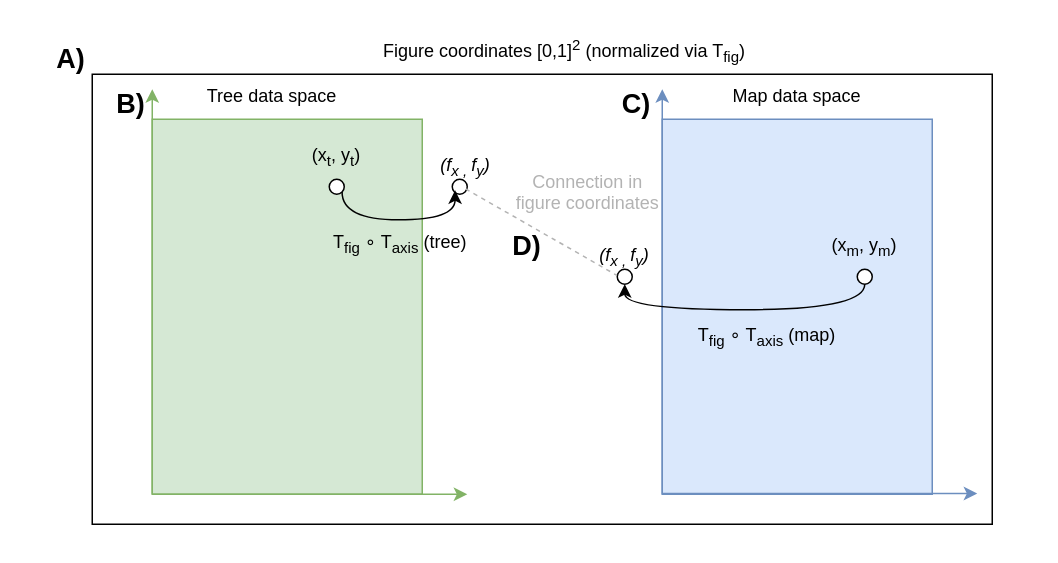
Earlier version of the draw.io diagram page "Page-1" (1 of 2) of workflow/docs/coord_transformations.drawio (tahiri-lab/PhyloCartoPlot). Source tidied: cells renumbered, new cells numbered last; positions are measured from the earlier drawing's top-left corner, leaving out a move shared by most shapes. Both pictures are drawn from the tidied source at 150%, with x=0, y=0 at pixel (26, 28).
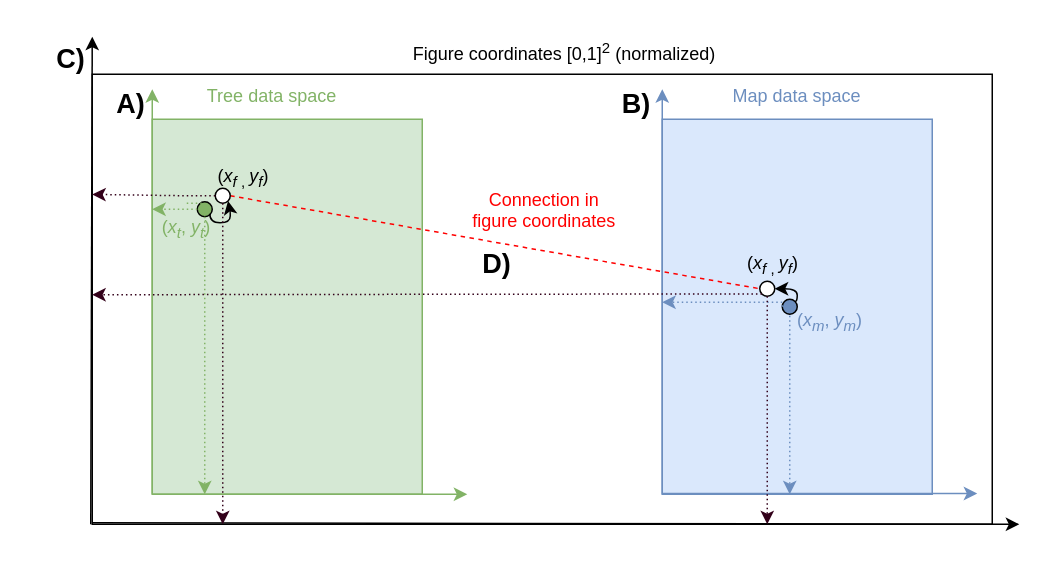
The same page after the edit.

The change refers to these unchanged cells:
```xml
<mxCell id="2" style="rounded=0;whiteSpace=wrap;html=1;" parent="1" vertex="1">
  <mxGeometry x="44" y="30" width="600" height="300" as="geometry" />
</mxCell>
```

Diff of the diagram source:
```diff
@@
-    <mxCell id="9" value="Tree data space" style="text;html=1;whiteSpace=wrap;strokeColor=none;fillColor=none;align=center;verticalAlign=middle;rounded=0;" parent="1" vertex="1">
+    <mxCell id="9" value="&lt;font style=&quot;color: rgb(130, 179, 102);&quot;&gt;Tree data space&lt;/font&gt;" style="text;html=1;whiteSpace=wrap;strokeColor=none;fillColor=none;align=center;verticalAlign=middle;rounded=0;" parent="1" vertex="1">
       <mxGeometry x="114" y="30" width="100" height="30" as="geometry" />
     </mxCell>
-    <mxCell id="10" value="Map data space" style="text;html=1;whiteSpace=wrap;strokeColor=none;fillColor=none;align=center;verticalAlign=middle;rounded=0;" parent="1" vertex="1">
+    <mxCell id="10" value="&lt;font style=&quot;color: rgb(108, 142, 191);&quot;&gt;Map data space&lt;/font&gt;" style="text;html=1;whiteSpace=wrap;strokeColor=none;fillColor=none;align=center;verticalAlign=middle;rounded=0;" parent="1" vertex="1">
       <mxGeometry x="464" y="30" width="100" height="30" as="geometry" />
     </mxCell>
-    <mxCell id="11" style="ellipse;" parent="1" vertex="1">
-      <mxGeometry x="202" y="100" width="10" height="10" as="geometry" />
+    <mxCell id="11" style="ellipse;fillColor=#82B366;" parent="1" vertex="1">
+      <mxGeometry x="114" y="115" width="10" height="10" as="geometry" />
     </mxCell>
-    <mxCell id="12" style="ellipse;" parent="1" vertex="1">
-      <mxGeometry x="554" y="160" width="10" height="10" as="geometry" />
+    <mxCell id="12" style="ellipse;fillColor=#6C8EBF;" parent="1" vertex="1">
+      <mxGeometry x="504" y="180" width="10" height="10" as="geometry" />
     </mxCell>
-    <mxCell id="13" style="ellipse;" parent="1" vertex="1">
-      <mxGeometry x="284" y="100" width="10" height="10" as="geometry" />
-    </mxCell>
     <mxCell id="14" style="ellipse;" parent="1" vertex="1">
-      <mxGeometry x="394" y="160" width="10" height="10" as="geometry" />
+      <mxGeometry x="489" y="168" width="10" height="10" as="geometry" />
     </mxCell>
-    <mxCell id="15" value="&lt;i&gt;(f&lt;sub&gt;x ,&amp;nbsp;&lt;/sub&gt;&lt;/i&gt;&lt;i&gt;f&lt;sub&gt;y&lt;/sub&gt;&lt;/i&gt;&lt;i&gt;)&lt;/i&gt;" style="text;html=1;whiteSpace=wrap;strokeColor=none;fillColor=none;align=center;verticalAlign=middle;rounded=0;" parent="1" vertex="1">
-      <mxGeometry x="263" y="76.5" width="60" height="30" as="geometry" />
+    <mxCell id="15" value="(&lt;i&gt;x&lt;/i&gt;&lt;sub style=&quot;&quot;&gt;&lt;i&gt;f&lt;/i&gt; ,&amp;nbsp;&lt;/sub&gt;&lt;i&gt;y&lt;sub style=&quot;&quot;&gt;f&lt;/sub&gt;&lt;/i&gt;)" style="text;html=1;whiteSpace=wrap;strokeColor=none;fillColor=none;align=center;verticalAlign=middle;rounded=0;" parent="1" vertex="1">
+      <mxGeometry x="115" y="82.2" width="60" height="33.5" as="geometry" />
     </mxCell>
-    <mxCell id="16" value="&lt;i&gt;(f&lt;sub&gt;x ,&amp;nbsp;&lt;/sub&gt;&lt;/i&gt;&lt;i&gt;f&lt;sub&gt;y&lt;/sub&gt;&lt;/i&gt;&lt;i&gt;)&lt;/i&gt;" style="text;html=1;whiteSpace=wrap;strokeColor=none;fillColor=none;align=center;verticalAlign=middle;rounded=0;" parent="1" vertex="1">
-      <mxGeometry x="369" y="137" width="60" height="30" as="geometry" />
+    <mxCell id="16" value="(&lt;i&gt;x&lt;/i&gt;&lt;sub style=&quot;&quot;&gt;&lt;i&gt;f&lt;/i&gt; ,&amp;nbsp;&lt;/sub&gt;&lt;i&gt;y&lt;sub&gt;f&lt;/sub&gt;&lt;/i&gt;)" style="text;html=1;whiteSpace=wrap;strokeColor=none;fillColor=none;align=center;verticalAlign=middle;rounded=0;" parent="1" vertex="1">
+      <mxGeometry x="468" y="142" width="60" height="30" as="geometry" />
     </mxCell>
-    <mxCell id="17" style="edgeStyle=orthogonalEdgeStyle;curved=1;rounded=0;jettySize=auto;html=1;exitX=1;exitY=1;exitDx=0;exitDy=0;entryX=0.382;entryY=1.03;entryDx=0;entryDy=0;entryPerimeter=0;" parent="1" edge="1" source="11" target="15">
-      <mxGeometry relative="1" as="geometry">
-        <Array as="points">
-          <mxPoint x="211" y="127" />
-          <mxPoint x="286" y="127" />
-        </Array>
-      </mxGeometry>
-    </mxCell>
-    <mxCell id="18" style="edgeStyle=orthogonalEdgeStyle;curved=1;rounded=0;jettySize=auto;html=1;exitX=0.5;exitY=1;exitDx=0;exitDy=0;entryX=0.5;entryY=1;entryDx=0;entryDy=0;startArrow=classic;startFill=1;endArrow=none;endFill=0;" parent="1" edge="1" source="14" target="12">
-      <mxGeometry relative="1" as="geometry">
-        <Array as="points">
-          <mxPoint x="399" y="187" />
-          <mxPoint x="559" y="187" />
-        </Array>
-      </mxGeometry>
-    </mxCell>
-    <mxCell id="19" style="endArrow=none;dashed=1;html=1;rounded=0;curved=1;exitX=0.5;exitY=1;exitDx=0;exitDy=0;entryX=0.414;entryY=0.904;entryDx=0;entryDy=0;entryPerimeter=0;fillColor=#f5f5f5;strokeColor=#B3B3B3;" parent="1" edge="1" source="15" target="16">
+    <mxCell id="19" style="endArrow=none;dashed=1;html=1;rounded=0;curved=1;exitX=1;exitY=0.5;exitDx=0;exitDy=0;entryX=0;entryY=0.5;entryDx=0;entryDy=0;fillColor=#f5f5f5;strokeColor=#FF0000;" parent="1" edge="1" source="13" target="14">
       <mxGeometry relative="1" as="geometry" />
     </mxCell>
-    <mxCell id="20" value="T&lt;sub&gt;fig&lt;/sub&gt; ∘ T&lt;sub&gt;axis&lt;/sub&gt; (map)" style="text;html=1;whiteSpace=wrap;strokeColor=none;fillColor=none;align=center;verticalAlign=middle;rounded=0;" parent="1" vertex="1">
-      <mxGeometry x="444" y="190" width="100" height="30" as="geometry" />
-    </mxCell>
-    <mxCell id="21" value="T&lt;sub&gt;fig&lt;/sub&gt; ∘ T&lt;sub&gt;axis&lt;/sub&gt; (tree)" style="text;html=1;whiteSpace=wrap;strokeColor=none;fillColor=none;align=center;verticalAlign=middle;rounded=0;" parent="1" vertex="1">
-      <mxGeometry x="201" y="128" width="97" height="30" as="geometry" />
-    </mxCell>
-    <mxCell id="22" value="&lt;div style=&quot;text-align: center;&quot;&gt;&lt;span style=&quot;background-color: transparent;&quot;&gt;&lt;font style=&quot;color: light-dark(rgb(179, 179, 179), rgb(255, 255, 255));&quot;&gt;Connection in figure coordinates&lt;/font&gt;&lt;/span&gt;&lt;/div&gt;" style="text;whiteSpace=wrap;html=1;" parent="1" vertex="1">
-      <mxGeometry x="323" y="88" width="101" height="40" as="geometry" />
+    <mxCell id="22" value="&lt;div style=&quot;text-align: center;&quot;&gt;&lt;span style=&quot;background-color: transparent;&quot;&gt;&lt;font style=&quot;color: light-dark(rgb(255, 0, 0), rgb(255, 255, 255));&quot;&gt;Connection in figure coordinates&lt;/font&gt;&lt;/span&gt;&lt;/div&gt;" style="text;whiteSpace=wrap;html=1;" parent="1" vertex="1">
+      <mxGeometry x="293.5" y="100" width="101" height="40" as="geometry" />
     </mxCell>
-    <mxCell id="23" value="Figure coordinates [0,1]&lt;sup&gt;2&lt;/sup&gt; (normalized via T&lt;sub&gt;fig&lt;/sub&gt;)" style="text;html=1;whiteSpace=wrap;strokeColor=none;fillColor=none;align=center;verticalAlign=middle;rounded=0;" parent="1" vertex="1">
+    <mxCell id="23" value="Figure coordinates [0,1]&lt;sup&gt;2&lt;/sup&gt; (normalized)" style="text;html=1;whiteSpace=wrap;strokeColor=none;fillColor=none;align=center;verticalAlign=middle;rounded=0;" parent="1" vertex="1">
       <mxGeometry x="234" width="250" height="30" as="geometry" />
     </mxCell>
+    <mxCell id="30" style="edgeStyle=orthogonalEdgeStyle;rounded=0;jettySize=auto;html=1;exitX=0.5;exitY=0;exitDx=0;exitDy=0;strokeColor=#82B366;dashed=1;dashPattern=1 2;" parent="1" edge="1" source="24">
+      <mxGeometry relative="1" as="geometry">
+        <mxPoint x="119" y="310" as="targetPoint" />
+        <Array as="points">
+          <mxPoint x="119" y="170" />
+          <mxPoint x="119" y="170" />
+        </Array>
+      </mxGeometry>
+    </mxCell>
-    <mxCell id="24" value="(x&lt;sub&gt;t&lt;/sub&gt;, y&lt;sub&gt;t&lt;/sub&gt;)" style="text;html=1;whiteSpace=wrap;strokeColor=none;fillColor=none;align=center;verticalAlign=middle;rounded=0;" parent="1" vertex="1">
-      <mxGeometry x="177" y="70" width="60" height="30" as="geometry" />
+    <mxCell id="24" value="&lt;font style=&quot;color: rgb(130, 179, 102);&quot;&gt;(&lt;i&gt;x&lt;sub&gt;t&lt;/sub&gt;&lt;/i&gt;, &lt;i&gt;y&lt;sub&gt;t&lt;/sub&gt;&lt;/i&gt;)&lt;/font&gt;" style="text;html=1;whiteSpace=wrap;strokeColor=none;fillColor=none;align=center;verticalAlign=middle;rounded=0;" parent="1" vertex="1">
+      <mxGeometry x="77" y="116" width="60" height="34" as="geometry" />
     </mxCell>
-    <mxCell id="25" value="(x&lt;sub&gt;m&lt;/sub&gt;, y&lt;sub&gt;m&lt;/sub&gt;)" style="text;html=1;whiteSpace=wrap;strokeColor=none;fillColor=none;align=center;verticalAlign=middle;rounded=0;" parent="1" vertex="1">
-      <mxGeometry x="529" y="130" width="60" height="30" as="geometry" />
+    <mxCell id="25" value="&lt;font style=&quot;color: rgb(108, 142, 191);&quot;&gt;(&lt;font style=&quot;color: rgb(108, 142, 191);&quot;&gt;&lt;i&gt;x&lt;sub&gt;m&lt;/sub&gt;&lt;/i&gt;, &lt;i&gt;y&lt;sub&gt;m&lt;/sub&gt;&lt;/i&gt;&lt;/font&gt;)&lt;/font&gt;" style="text;html=1;whiteSpace=wrap;strokeColor=none;fillColor=none;align=center;verticalAlign=middle;rounded=0;" parent="1" vertex="1">
+      <mxGeometry x="506" y="180" width="60" height="30" as="geometry" />
     </mxCell>
-    <mxCell id="26" value="&lt;b&gt;&lt;font style=&quot;font-size: 18px;&quot;&gt;A)&lt;/font&gt;&lt;/b&gt;" style="text;html=1;whiteSpace=wrap;strokeColor=none;fillColor=none;align=center;verticalAlign=middle;rounded=0;" parent="1" vertex="1">
+    <mxCell id="26" value="&lt;b&gt;&lt;font style=&quot;font-size: 18px;&quot;&gt;C)&lt;/font&gt;&lt;/b&gt;" style="text;html=1;whiteSpace=wrap;strokeColor=none;fillColor=none;align=center;verticalAlign=middle;rounded=0;" parent="1" vertex="1">
       <mxGeometry y="5" width="60" height="30" as="geometry" />
     </mxCell>
-    <mxCell id="27" value="&lt;b&gt;&lt;font style=&quot;font-size: 18px;&quot;&gt;B)&lt;/font&gt;&lt;/b&gt;" style="text;html=1;whiteSpace=wrap;strokeColor=none;fillColor=none;align=center;verticalAlign=middle;rounded=0;" parent="1" vertex="1">
+    <mxCell id="27" value="&lt;b&gt;&lt;font style=&quot;font-size: 18px;&quot;&gt;A)&lt;/font&gt;&lt;/b&gt;" style="text;html=1;whiteSpace=wrap;strokeColor=none;fillColor=none;align=center;verticalAlign=middle;rounded=0;" parent="1" vertex="1">
       <mxGeometry x="40" y="35" width="60" height="30" as="geometry" />
     </mxCell>
-    <mxCell id="28" value="&lt;b&gt;&lt;font style=&quot;font-size: 18px;&quot;&gt;C)&lt;/font&gt;&lt;/b&gt;" style="text;html=1;whiteSpace=wrap;strokeColor=none;fillColor=none;align=center;verticalAlign=middle;rounded=0;" parent="1" vertex="1">
+    <mxCell id="28" value="&lt;b&gt;&lt;font style=&quot;font-size: 18px;&quot;&gt;B)&lt;/font&gt;&lt;/b&gt;" style="text;html=1;whiteSpace=wrap;strokeColor=none;fillColor=none;align=center;verticalAlign=middle;rounded=0;" parent="1" vertex="1">
       <mxGeometry x="377" y="35" width="60" height="30" as="geometry" />
     </mxCell>
     <mxCell id="29" value="&lt;b&gt;&lt;font style=&quot;font-size: 18px;&quot;&gt;D)&lt;/font&gt;&lt;/b&gt;" style="text;html=1;whiteSpace=wrap;strokeColor=none;fillColor=none;align=center;verticalAlign=middle;rounded=0;" parent="1" vertex="1">
-      <mxGeometry x="304" y="130" width="60" height="30" as="geometry" />
+      <mxGeometry x="284" y="142" width="60" height="30" as="geometry" />
     </mxCell>
+    <mxCell id="31" style="endArrow=classic;html=1;rounded=0;entryX=0.75;entryY=0;entryDx=0;entryDy=0;" parent="1" edge="1">
+      <mxGeometry relative="1" as="geometry">
+        <mxPoint x="43" y="330" as="sourcePoint" />
+        <mxPoint x="44" y="5" as="targetPoint" />
+      </mxGeometry>
+    </mxCell>
+    <mxCell id="32" style="endArrow=classic;html=1;rounded=0;" parent="1" edge="1">
+      <mxGeometry relative="1" as="geometry">
+        <mxPoint x="44" y="329" as="sourcePoint" />
+        <mxPoint x="662" y="330" as="targetPoint" />
+      </mxGeometry>
+    </mxCell>
+    <mxCell id="13" style="ellipse;" parent="1" vertex="1">
+      <mxGeometry x="126" y="106" width="10" height="10" as="geometry" />
+    </mxCell>
+    <mxCell id="33" style="edgeStyle=orthogonalEdgeStyle;rounded=0;jettySize=auto;html=1;exitX=0.836;exitY=0.8;exitDx=0;exitDy=0;entryX=1;entryY=1;entryDx=0;entryDy=0;curved=1;exitPerimeter=0;" parent="1" edge="1" source="11" target="13">
+      <mxGeometry relative="1" as="geometry">
+        <Array as="points">
+          <mxPoint x="122" y="129" />
+          <mxPoint x="136" y="129" />
+          <mxPoint x="136" y="120" />
+          <mxPoint x="135" y="120" />
+          <mxPoint x="135" y="117" />
+          <mxPoint x="135" y="117" />
+        </Array>
+      </mxGeometry>
+    </mxCell>
+    <mxCell id="34" style="edgeStyle=orthogonalEdgeStyle;rounded=0;orthogonalLoop=1;jettySize=auto;html=1;strokeColor=#82B366;dashed=1;dashPattern=1 2;" parent="1" edge="1">
+      <mxGeometry relative="1" as="geometry">
+        <mxPoint x="114" y="120" as="sourcePoint" />
+        <mxPoint x="84" y="120" as="targetPoint" />
+        <Array as="points">
+          <mxPoint x="114" y="120" />
+          <mxPoint x="114" y="120" />
+        </Array>
+      </mxGeometry>
+    </mxCell>
+    <mxCell id="35" style="edgeStyle=orthogonalEdgeStyle;rounded=0;jettySize=auto;html=1;exitX=0.5;exitY=1;exitDx=0;exitDy=0;strokeColor=#33001A;dashed=1;dashPattern=1 2;" parent="1" edge="1" source="13">
+      <mxGeometry relative="1" as="geometry">
+        <mxPoint x="131" y="330" as="targetPoint" />
+        <Array as="points">
+          <mxPoint x="131" y="330" />
+          <mxPoint x="131" y="330" />
+        </Array>
+      </mxGeometry>
+    </mxCell>
+    <mxCell id="36" style="edgeStyle=orthogonalEdgeStyle;rounded=0;jettySize=auto;html=1;strokeColor=#33001A;dashed=1;dashPattern=1 2;exitX=0;exitY=0.5;exitDx=0;exitDy=0;entryX=0;entryY=0.267;entryDx=0;entryDy=0;entryPerimeter=0;" parent="1" edge="1" source="13" target="2">
+      <mxGeometry relative="1" as="geometry">
+        <Array as="points">
+          <mxPoint x="106" y="110" />
+        </Array>
+      </mxGeometry>
+    </mxCell>
+    <mxCell id="37" style="edgeStyle=orthogonalEdgeStyle;rounded=0;jettySize=auto;html=1;strokeColor=#6C8EBF;dashed=1;dashPattern=1 2;exitX=0;exitY=0.5;exitDx=0;exitDy=0;" parent="1" edge="1" source="12">
+      <mxGeometry relative="1" as="geometry">
+        <mxPoint x="424" y="182" as="targetPoint" />
+        <Array as="points">
+          <mxPoint x="424" y="182" />
+        </Array>
+      </mxGeometry>
+    </mxCell>
+    <mxCell id="38" style="edgeStyle=orthogonalEdgeStyle;rounded=0;orthogonalLoop=1;jettySize=auto;html=1;exitX=0.5;exitY=0;exitDx=0;exitDy=0;strokeColor=#6C8EBF;dashed=1;dashPattern=1 2;" parent="1" edge="1">
+      <mxGeometry relative="1" as="geometry">
+        <mxPoint x="509" y="185" as="sourcePoint" />
+        <mxPoint x="509" y="310" as="targetPoint" />
+        <Array as="points">
+          <mxPoint x="509" y="230" />
+          <mxPoint x="509" y="230" />
+        </Array>
+      </mxGeometry>
+    </mxCell>
+    <mxCell id="18" style="edgeStyle=orthogonalEdgeStyle;curved=1;rounded=0;jettySize=auto;html=1;exitX=1;exitY=0.5;exitDx=0;exitDy=0;entryX=1;entryY=0;entryDx=0;entryDy=0;startArrow=classic;startFill=1;endArrow=none;endFill=0;" parent="1" edge="1" source="14" target="12">
+      <mxGeometry relative="1" as="geometry">
+        <Array as="points">
+          <mxPoint x="514" y="173" />
+          <mxPoint x="514" y="182" />
+        </Array>
+      </mxGeometry>
+    </mxCell>
+    <mxCell id="39" style="edgeStyle=orthogonalEdgeStyle;rounded=0;jettySize=auto;html=1;exitX=0.5;exitY=1;exitDx=0;exitDy=0;strokeColor=#33001A;dashed=1;dashPattern=1 2;" parent="1" edge="1" source="14">
+      <mxGeometry relative="1" as="geometry">
+        <mxPoint x="494" y="330" as="targetPoint" />
+        <Array as="points">
+          <mxPoint x="494" y="260" />
+          <mxPoint x="494" y="260" />
+        </Array>
+      </mxGeometry>
+    </mxCell>
+    <mxCell id="40" style="edgeStyle=orthogonalEdgeStyle;rounded=0;jettySize=auto;html=1;strokeColor=#33001A;dashed=1;dashPattern=1 2;exitX=0;exitY=1;exitDx=0;exitDy=0;entryX=0;entryY=0.49;entryDx=0;entryDy=0;entryPerimeter=0;" parent="1" edge="1" source="14" target="2">
+      <mxGeometry relative="1" as="geometry">
+        <Array as="points">
+          <mxPoint x="436" y="177" />
+        </Array>
+      </mxGeometry>
+    </mxCell>
```
